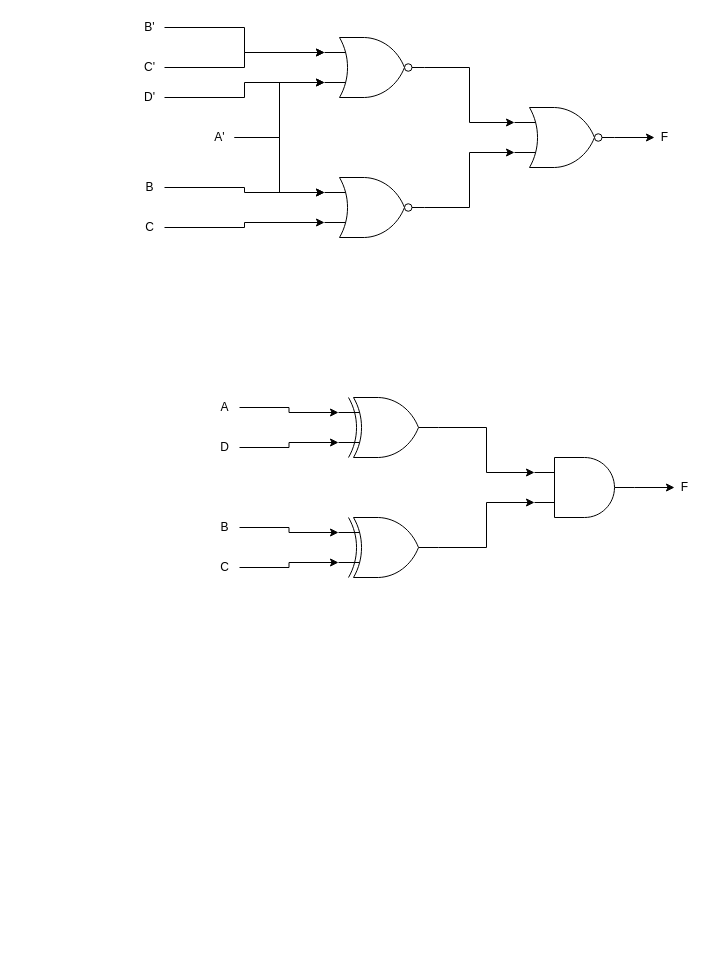
Above: Untitled Diagram.drawio in Dexter-Huang/-demo (draw.io), before the change. Source tidied: cells renumbered, new cells numbered last; positions are measured from the earlier drawing's top-left corner, leaving out a move shared by most shapes. Both pictures are drawn from the tidied source at 100%, with x=0, y=0 at pixel (134, 17).
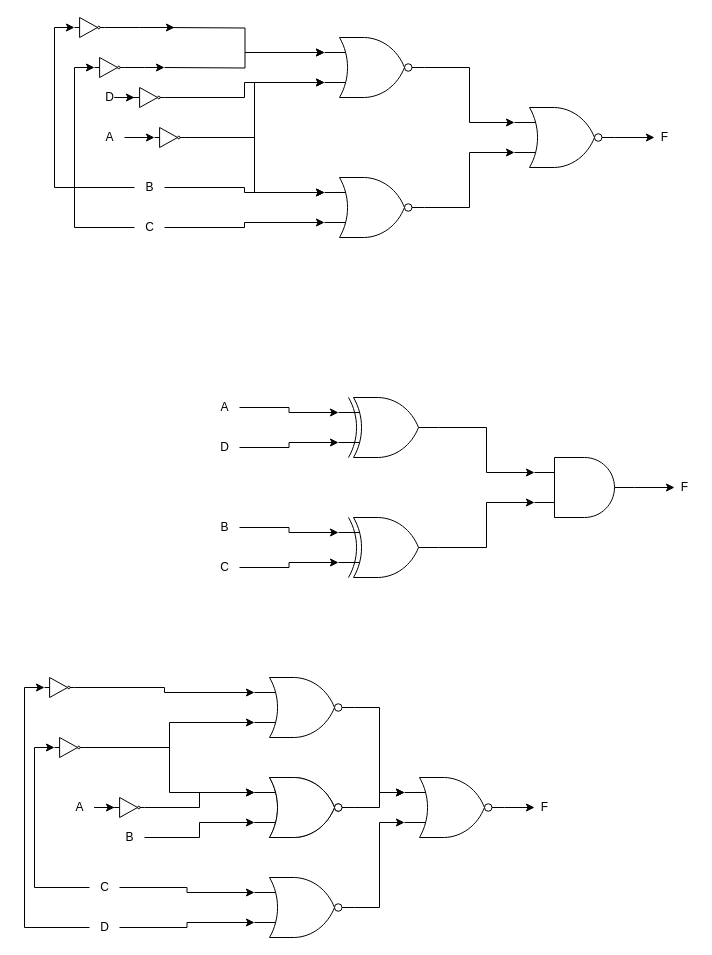
The same page after the edit.

Unchanged cells that the change refers to:
```xml
<mxCell id="6" value="B" style="text;html=1;align=center;verticalAlign=middle;points=[];strokeColor=none;fillColor=none;" parent="1" vertex="1">
  <mxGeometry y="160" width="30" height="20" as="geometry" />
</mxCell>
<mxCell id="8" value="C" style="text;html=1;align=center;verticalAlign=middle;points=[];strokeColor=none;fillColor=none;" parent="1" vertex="1">
  <mxGeometry y="200" width="30" height="20" as="geometry" />
</mxCell>
<mxCell id="16" style="verticalLabelPosition=bottom;shadow=0;dashed=0;align=center;html=1;verticalAlign=top;shape=mxgraph.electrical.logic_gates.logic_gate;operation=or;negating=1;negSize=0.15;" parent="1" vertex="1">
  <mxGeometry x="190" y="160" width="100" height="60" as="geometry" />
</mxCell>
<mxCell id="18" style="verticalLabelPosition=bottom;shadow=0;dashed=0;align=center;html=1;verticalAlign=top;shape=mxgraph.electrical.logic_gates.logic_gate;operation=or;negating=1;negSize=0.15;" parent="1" vertex="1">
  <mxGeometry x="190" y="20" width="100" height="60" as="geometry" />
</mxCell>
```

Change to the diagram source:
```diff
@@
-    <mxCell id="2" style="edgeStyle=orthogonalEdgeStyle;rounded=0;jettySize=auto;html=1;entryX=0;entryY=0.25;entryDx=0;entryDy=0;entryPerimeter=0;" parent="1" edge="1" source="4" target="16">
-      <mxGeometry relative="1" as="geometry" />
-    </mxCell>
-    <mxCell id="3" style="edgeStyle=orthogonalEdgeStyle;rounded=0;jettySize=auto;html=1;entryX=0;entryY=0.75;entryDx=0;entryDy=0;entryPerimeter=0;" parent="1" edge="1" source="4" target="18">
-      <mxGeometry relative="1" as="geometry" />
-    </mxCell>
-    <mxCell id="4" value="A'" style="text;html=1;align=center;verticalAlign=middle;points=[];strokeColor=none;fillColor=none;" parent="1" vertex="1">
-      <mxGeometry x="70" y="110" width="30" height="20" as="geometry" />
-    </mxCell>
@@
+    <mxCell id="37" style="edgeStyle=orthogonalEdgeStyle;rounded=0;jettySize=auto;html=1;entryX=0;entryY=0.5;entryDx=0;entryDy=0;entryPerimeter=0;" parent="1" edge="1" source="6" target="41">
+      <mxGeometry relative="1" as="geometry" />
+    </mxCell>
@@
+    <mxCell id="38" style="edgeStyle=orthogonalEdgeStyle;rounded=0;jettySize=auto;html=1;entryX=0;entryY=0.5;entryDx=0;entryDy=0;entryPerimeter=0;" parent="1" edge="1" source="8" target="43">
+      <mxGeometry relative="1" as="geometry" />
+    </mxCell>
@@
-    <mxCell id="9" style="edgeStyle=orthogonalEdgeStyle;rounded=0;jettySize=auto;html=1;entryX=0;entryY=0.25;entryDx=0;entryDy=0;entryPerimeter=0;" parent="1" edge="1" source="10" target="18">
-      <mxGeometry relative="1" as="geometry" />
+    <mxCell id="9" style="edgeStyle=orthogonalEdgeStyle;rounded=0;jettySize=auto;html=1;entryX=0;entryY=0.25;entryDx=0;entryDy=0;entryPerimeter=0;" parent="1" edge="1" target="18">
+      <mxGeometry relative="1" as="geometry">
+        <mxPoint x="30" y="50" as="sourcePoint" />
+      </mxGeometry>
     </mxCell>
-    <mxCell id="10" value="C'" style="text;html=1;align=center;verticalAlign=middle;points=[];strokeColor=none;fillColor=none;" parent="1" vertex="1">
-      <mxGeometry y="40" width="30" height="20" as="geometry" />
-    </mxCell>
-    <mxCell id="11" style="edgeStyle=orthogonalEdgeStyle;rounded=0;jettySize=auto;html=1;entryX=0;entryY=0.25;entryDx=0;entryDy=0;entryPerimeter=0;" parent="1" edge="1" source="12" target="18">
-      <mxGeometry relative="1" as="geometry" />
+    <mxCell id="11" style="edgeStyle=orthogonalEdgeStyle;rounded=0;jettySize=auto;html=1;entryX=0;entryY=0.25;entryDx=0;entryDy=0;entryPerimeter=0;" parent="1" edge="1" target="18">
+      <mxGeometry relative="1" as="geometry">
+        <mxPoint x="30" y="10" as="sourcePoint" />
+      </mxGeometry>
     </mxCell>
-    <mxCell id="12" value="B'" style="text;html=1;align=center;verticalAlign=middle;points=[];strokeColor=none;fillColor=none;" parent="1" vertex="1">
-      <mxGeometry width="30" height="20" as="geometry" />
-    </mxCell>
@@
-    <mxCell id="20" style="edgeStyle=orthogonalEdgeStyle;rounded=0;jettySize=auto;html=1;entryX=0;entryY=0.75;entryDx=0;entryDy=0;entryPerimeter=0;" parent="1" edge="1" source="21" target="18">
-      <mxGeometry relative="1" as="geometry" />
-    </mxCell>
+    <mxCell id="39" style="edgeStyle=orthogonalEdgeStyle;rounded=0;jettySize=auto;html=1;" parent="1" edge="1" source="21" target="45">
+      <mxGeometry relative="1" as="geometry" />
+    </mxCell>
-    <mxCell id="21" value="D'" style="text;html=1;align=center;verticalAlign=middle;points=[];strokeColor=none;fillColor=none;" parent="1" vertex="1">
-      <mxGeometry y="70" width="30" height="20" as="geometry" />
+    <mxCell id="21" value="D" style="text;html=1;align=center;verticalAlign=middle;points=[];strokeColor=none;fillColor=none;" parent="1" vertex="1">
+      <mxGeometry x="-40" y="70" width="30" height="20" as="geometry" />
     </mxCell>
@@
+    <mxCell id="40" style="edgeStyle=orthogonalEdgeStyle;rounded=0;jettySize=auto;html=1;" parent="1" edge="1" source="41">
+      <mxGeometry relative="1" as="geometry">
+        <mxPoint x="40" y="10" as="targetPoint" />
+      </mxGeometry>
+    </mxCell>
+    <mxCell id="41" style="verticalLabelPosition=bottom;shadow=0;dashed=0;align=center;html=1;verticalAlign=top;shape=mxgraph.electrical.logic_gates.inverter_2;" parent="1" vertex="1">
+      <mxGeometry x="-60" width="30" height="20" as="geometry" />
+    </mxCell>
+    <mxCell id="42" style="edgeStyle=orthogonalEdgeStyle;rounded=0;jettySize=auto;html=1;" parent="1" edge="1" source="43">
+      <mxGeometry relative="1" as="geometry">
+        <mxPoint x="30" y="50" as="targetPoint" />
+      </mxGeometry>
+    </mxCell>
+    <mxCell id="43" style="verticalLabelPosition=bottom;shadow=0;dashed=0;align=center;html=1;verticalAlign=top;shape=mxgraph.electrical.logic_gates.inverter_2;rotation=0;" parent="1" vertex="1">
+      <mxGeometry x="-40" y="40" width="30" height="20" as="geometry" />
+    </mxCell>
+    <mxCell id="44" style="edgeStyle=orthogonalEdgeStyle;rounded=0;jettySize=auto;html=1;entryX=0;entryY=0.75;entryDx=0;entryDy=0;entryPerimeter=0;" parent="1" edge="1" source="45" target="18">
+      <mxGeometry relative="1" as="geometry" />
+    </mxCell>
+    <mxCell id="45" style="verticalLabelPosition=bottom;shadow=0;dashed=0;align=center;html=1;verticalAlign=top;shape=mxgraph.electrical.logic_gates.inverter_2;rotation=0;" parent="1" vertex="1">
+      <mxGeometry y="70" width="30" height="20" as="geometry" />
+    </mxCell>
+    <mxCell id="46" style="edgeStyle=orthogonalEdgeStyle;rounded=0;jettySize=auto;html=1;entryX=0;entryY=0.25;entryDx=0;entryDy=0;entryPerimeter=0;" parent="1" edge="1" source="48" target="16">
+      <mxGeometry relative="1" as="geometry" />
+    </mxCell>
+    <mxCell id="47" style="edgeStyle=orthogonalEdgeStyle;rounded=0;jettySize=auto;html=1;entryX=0;entryY=0.75;entryDx=0;entryDy=0;entryPerimeter=0;" parent="1" edge="1" source="48" target="18">
+      <mxGeometry relative="1" as="geometry" />
+    </mxCell>
+    <mxCell id="48" style="verticalLabelPosition=bottom;shadow=0;dashed=0;align=center;html=1;verticalAlign=top;shape=mxgraph.electrical.logic_gates.inverter_2;rotation=0;" parent="1" vertex="1">
+      <mxGeometry x="20" y="110" width="30" height="20" as="geometry" />
+    </mxCell>
+    <mxCell id="49" style="edgeStyle=orthogonalEdgeStyle;rounded=0;jettySize=auto;html=1;entryX=0;entryY=0.5;entryDx=0;entryDy=0;entryPerimeter=0;" parent="1" edge="1" source="50" target="48">
+      <mxGeometry relative="1" as="geometry" />
+    </mxCell>
+    <mxCell id="50" value="A" style="text;html=1;align=center;verticalAlign=middle;points=[];strokeColor=none;fillColor=none;" parent="1" vertex="1">
+      <mxGeometry x="-40" y="110" width="30" height="20" as="geometry" />
+    </mxCell>
+    <mxCell id="51" style="verticalLabelPosition=bottom;shadow=0;dashed=0;align=center;html=1;verticalAlign=top;shape=mxgraph.electrical.logic_gates.logic_gate;operation=or;negating=1;negSize=0.15;" parent="1" vertex="1">
+      <mxGeometry x="120" y="760" width="100" height="60" as="geometry" />
+    </mxCell>
+    <mxCell id="52" style="edgeStyle=orthogonalEdgeStyle;rounded=0;jettySize=auto;html=1;entryX=0;entryY=0.25;entryDx=0;entryDy=0;entryPerimeter=0;" parent="1" edge="1" source="53" target="59">
+      <mxGeometry relative="1" as="geometry" />
+    </mxCell>
+    <mxCell id="53" style="verticalLabelPosition=bottom;shadow=0;dashed=0;align=center;html=1;verticalAlign=top;shape=mxgraph.electrical.logic_gates.logic_gate;operation=or;negating=1;negSize=0.15;" parent="1" vertex="1">
+      <mxGeometry x="120" y="760" width="100" height="60" as="geometry" />
+    </mxCell>
+    <mxCell id="54" style="edgeStyle=orthogonalEdgeStyle;rounded=0;jettySize=auto;html=1;entryX=0;entryY=0.25;entryDx=0;entryDy=0;entryPerimeter=0;" parent="1" edge="1" source="55" target="59">
+      <mxGeometry relative="1" as="geometry" />
+    </mxCell>
+    <mxCell id="55" style="verticalLabelPosition=bottom;shadow=0;dashed=0;align=center;html=1;verticalAlign=top;shape=mxgraph.electrical.logic_gates.logic_gate;operation=or;negating=1;negSize=0.15;" parent="1" vertex="1">
+      <mxGeometry x="120" y="660" width="100" height="60" as="geometry" />
+    </mxCell>
+    <mxCell id="56" style="edgeStyle=orthogonalEdgeStyle;rounded=0;jettySize=auto;html=1;entryX=0;entryY=0.75;entryDx=0;entryDy=0;entryPerimeter=0;" parent="1" edge="1" source="57" target="59">
+      <mxGeometry relative="1" as="geometry" />
+    </mxCell>
+    <mxCell id="57" style="verticalLabelPosition=bottom;shadow=0;dashed=0;align=center;html=1;verticalAlign=top;shape=mxgraph.electrical.logic_gates.logic_gate;operation=or;negating=1;negSize=0.15;" parent="1" vertex="1">
+      <mxGeometry x="120" y="860" width="100" height="60" as="geometry" />
+    </mxCell>
+    <mxCell id="58" style="edgeStyle=orthogonalEdgeStyle;rounded=0;jettySize=auto;html=1;" parent="1" edge="1" source="59" target="60">
+      <mxGeometry relative="1" as="geometry" />
+    </mxCell>
+    <mxCell id="59" style="verticalLabelPosition=bottom;shadow=0;dashed=0;align=center;html=1;verticalAlign=top;shape=mxgraph.electrical.logic_gates.logic_gate;operation=or;negating=1;negSize=0.15;" parent="1" vertex="1">
+      <mxGeometry x="270" y="760" width="100" height="60" as="geometry" />
+    </mxCell>
+    <mxCell id="60" value="F" style="text;html=1;align=center;verticalAlign=middle;points=[];strokeColor=none;fillColor=none;" parent="1" vertex="1">
+      <mxGeometry x="400" y="780" width="20" height="20" as="geometry" />
+    </mxCell>
+    <mxCell id="61" style="edgeStyle=orthogonalEdgeStyle;rounded=0;jettySize=auto;html=1;entryX=0;entryY=0.25;entryDx=0;entryDy=0;entryPerimeter=0;" parent="1" edge="1" source="63" target="57">
+      <mxGeometry relative="1" as="geometry" />
+    </mxCell>
+    <mxCell id="62" style="edgeStyle=orthogonalEdgeStyle;rounded=0;jettySize=auto;html=1;entryX=0;entryY=0.5;entryDx=0;entryDy=0;entryPerimeter=0;" parent="1" edge="1" source="63" target="77">
+      <mxGeometry relative="1" as="geometry" />
+    </mxCell>
+    <mxCell id="63" value="C" style="text;html=1;align=center;verticalAlign=middle;points=[];strokeColor=none;fillColor=none;" parent="1" vertex="1">
+      <mxGeometry x="-45" y="860" width="30" height="20" as="geometry" />
+    </mxCell>
+    <mxCell id="64" style="edgeStyle=orthogonalEdgeStyle;rounded=0;jettySize=auto;html=1;entryX=0;entryY=0.75;entryDx=0;entryDy=0;entryPerimeter=0;" parent="1" edge="1" source="66" target="57">
+      <mxGeometry relative="1" as="geometry" />
+    </mxCell>
+    <mxCell id="65" style="edgeStyle=orthogonalEdgeStyle;rounded=0;jettySize=auto;html=1;entryX=0;entryY=0.5;entryDx=0;entryDy=0;entryPerimeter=0;" parent="1" edge="1" source="66" target="74">
+      <mxGeometry relative="1" as="geometry" />
+    </mxCell>
+    <mxCell id="66" value="D" style="text;html=1;align=center;verticalAlign=middle;points=[];strokeColor=none;fillColor=none;" parent="1" vertex="1">
+      <mxGeometry x="-45" y="900" width="30" height="20" as="geometry" />
+    </mxCell>
+    <mxCell id="67" style="edgeStyle=orthogonalEdgeStyle;rounded=0;jettySize=auto;html=1;entryX=0;entryY=0.75;entryDx=0;entryDy=0;entryPerimeter=0;" parent="1" edge="1" source="68" target="53">
+      <mxGeometry relative="1" as="geometry" />
+    </mxCell>
+    <mxCell id="68" value="B" style="text;html=1;align=center;verticalAlign=middle;points=[];strokeColor=none;fillColor=none;" parent="1" vertex="1">
+      <mxGeometry x="-20" y="810" width="30" height="20" as="geometry" />
+    </mxCell>
+    <mxCell id="69" style="edgeStyle=orthogonalEdgeStyle;rounded=0;jettySize=auto;html=1;entryX=0;entryY=0.5;entryDx=0;entryDy=0;entryPerimeter=0;" parent="1" edge="1" source="70" target="72">
+      <mxGeometry relative="1" as="geometry" />
+    </mxCell>
+    <mxCell id="70" value="A" style="text;html=1;align=center;verticalAlign=middle;points=[];strokeColor=none;fillColor=none;" parent="1" vertex="1">
+      <mxGeometry x="-70" y="780" width="30" height="20" as="geometry" />
+    </mxCell>
+    <mxCell id="71" style="edgeStyle=orthogonalEdgeStyle;rounded=0;jettySize=auto;html=1;entryX=0;entryY=0.25;entryDx=0;entryDy=0;entryPerimeter=0;" parent="1" edge="1" source="72" target="53">
+      <mxGeometry relative="1" as="geometry" />
+    </mxCell>
+    <mxCell id="72" style="verticalLabelPosition=bottom;shadow=0;dashed=0;align=center;html=1;verticalAlign=top;shape=mxgraph.electrical.logic_gates.inverter_2;" parent="1" vertex="1">
+      <mxGeometry x="-20" y="780" width="30" height="20" as="geometry" />
+    </mxCell>
+    <mxCell id="73" style="edgeStyle=orthogonalEdgeStyle;rounded=0;jettySize=auto;html=1;entryX=0;entryY=0.25;entryDx=0;entryDy=0;entryPerimeter=0;" parent="1" edge="1" source="74" target="55">
+      <mxGeometry relative="1" as="geometry" />
+    </mxCell>
+    <mxCell id="74" style="verticalLabelPosition=bottom;shadow=0;dashed=0;align=center;html=1;verticalAlign=top;shape=mxgraph.electrical.logic_gates.inverter_2;" parent="1" vertex="1">
+      <mxGeometry x="-90" y="660" width="30" height="20" as="geometry" />
+    </mxCell>
+    <mxCell id="75" style="edgeStyle=orthogonalEdgeStyle;rounded=0;jettySize=auto;html=1;entryX=0;entryY=0.75;entryDx=0;entryDy=0;entryPerimeter=0;" parent="1" edge="1" source="77" target="55">
+      <mxGeometry relative="1" as="geometry" />
+    </mxCell>
+    <mxCell id="76" style="edgeStyle=orthogonalEdgeStyle;rounded=0;jettySize=auto;html=1;entryX=0;entryY=0.25;entryDx=0;entryDy=0;entryPerimeter=0;" parent="1" edge="1" source="77" target="53">
+      <mxGeometry relative="1" as="geometry" />
+    </mxCell>
+    <mxCell id="77" style="verticalLabelPosition=bottom;shadow=0;dashed=0;align=center;html=1;verticalAlign=top;shape=mxgraph.electrical.logic_gates.inverter_2;" parent="1" vertex="1">
+      <mxGeometry x="-80" y="720" width="30" height="20" as="geometry" />
+    </mxCell>
```
